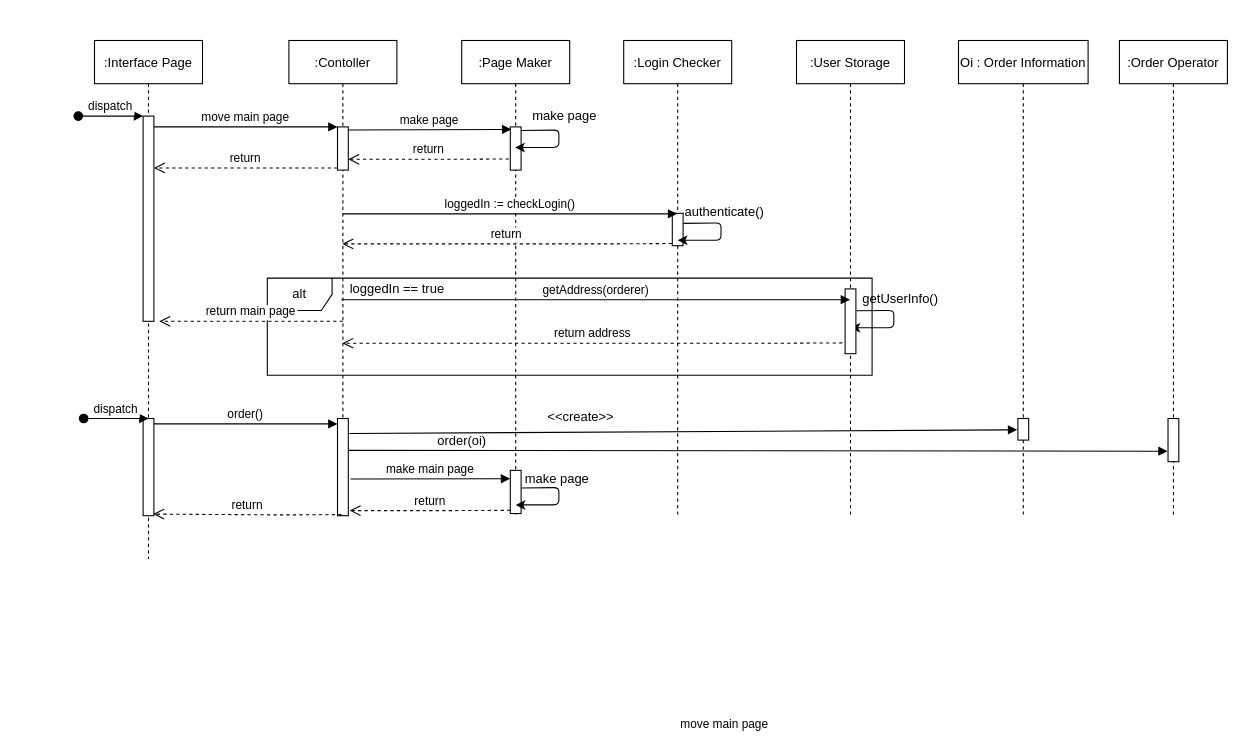
Before: docs/SubgroupA_pizzaorder/A-sequence-diagram/A-UC-5-sequece-diagram.drawio in cau-sw-engineering-2021/online-pizza-ordering-system, a draw.io diagram. Source tidied: cells renumbered, new cells numbered last; positions are measured from the earlier drawing's top-left corner, leaving out a move shared by most shapes. Both pictures are drawn from the tidied source at 108%, with x=0, y=0 at pixel (78, 40).
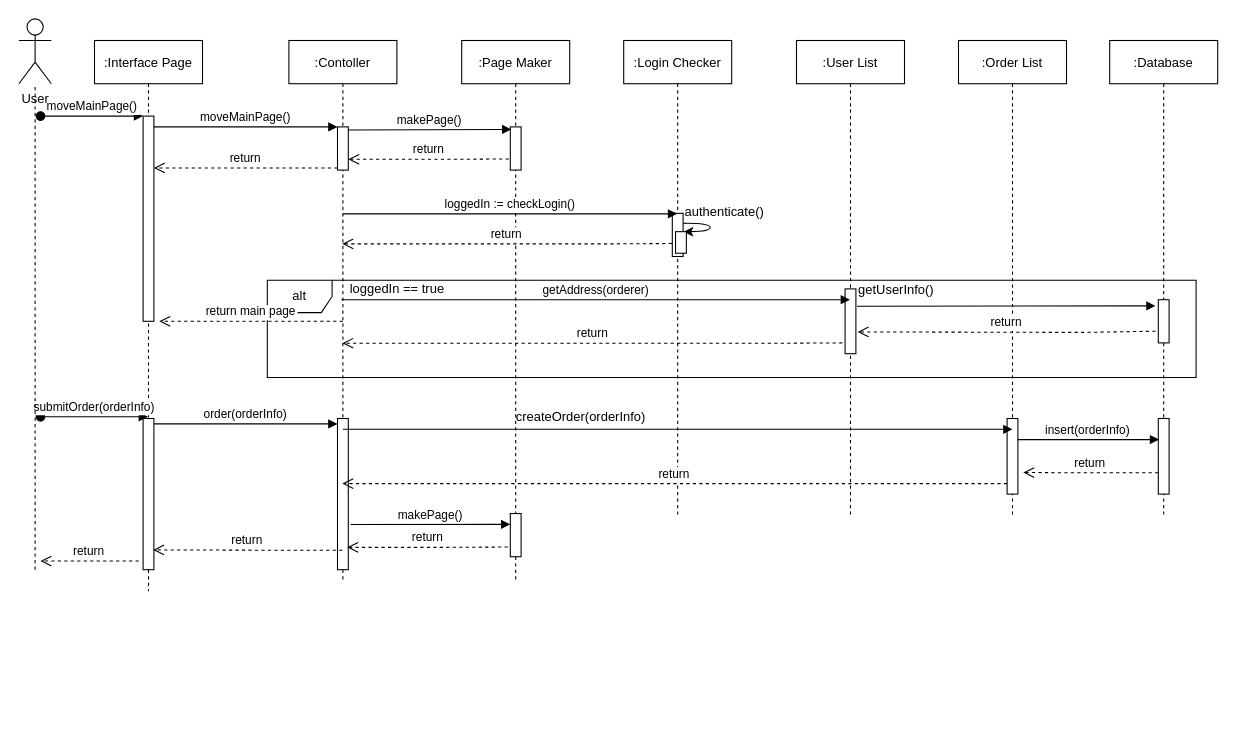
Above is the later version.

Commit message:
update A-UC5-sequence diagram

The change refers to these unchanged cells:
```xml
<mxCell id="3" style="points=[];perimeter=orthogonalPerimeter;rounded=0;shadow=0;strokeWidth=1;" parent="2" vertex="1">
  <mxGeometry x="45" y="70" width="10" height="190" as="geometry" />
</mxCell>
<mxCell id="7" style="points=[];perimeter=orthogonalPerimeter;rounded=0;shadow=0;strokeWidth=1;" parent="6" vertex="1">
  <mxGeometry x="45" y="80" width="10" height="40" as="geometry" />
</mxCell>
<mxCell id="12" style="points=[];perimeter=orthogonalPerimeter;rounded=0;shadow=0;strokeWidth=1;" parent="11" vertex="1">
  <mxGeometry x="45" y="80" width="10" height="40" as="geometry" />
</mxCell>
<mxCell id="17" value=":Login Checker" style="shape=umlLifeline;perimeter=lifelinePerimeter;rounded=0;shadow=0;strokeWidth=1;" parent="1" vertex="1">
  <mxGeometry x="505" width="100" height="440" as="geometry" />
</mxCell>
<mxCell id="24" style="points=[];perimeter=orthogonalPerimeter;rounded=0;shadow=0;strokeWidth=1;" parent="23" vertex="1">
  <mxGeometry x="45" y="230" width="10" height="60" as="geometry" />
</mxCell>
```

What changed in the source:
```diff
@@
     <mxCell id="2" value=":Interface Page" style="shape=umlLifeline;perimeter=lifelinePerimeter;rounded=0;shadow=0;strokeWidth=1;" parent="1" vertex="1">
-      <mxGeometry x="15" width="100" height="480" as="geometry" />
+      <mxGeometry x="15" width="100" height="510" as="geometry" />
     </mxCell>
@@
-    <mxCell id="4" value="dispatch" style="verticalAlign=bottom;startArrow=oval;endArrow=block;startSize=8;shadow=0;strokeWidth=1;" parent="2" edge="1" target="3">
+    <mxCell id="4" value="moveMainPage()" style="verticalAlign=bottom;startArrow=oval;endArrow=block;startSize=8;shadow=0;strokeWidth=1;" parent="2" edge="1" target="3">
       <mxGeometry relative="1" as="geometry">
-        <mxPoint x="-15" y="70" as="sourcePoint" />
+        <mxPoint x="-50" y="70" as="sourcePoint" />
       </mxGeometry>
     </mxCell>
     <mxCell id="5" style="points=[];perimeter=orthogonalPerimeter;rounded=0;shadow=0;strokeWidth=1;" parent="2" vertex="1">
-      <mxGeometry x="45" y="350" width="10" height="90" as="geometry" />
+      <mxGeometry x="45" y="350" width="10" height="140" as="geometry" />
     </mxCell>
     <mxCell id="6" value=":Contoller" style="shape=umlLifeline;perimeter=lifelinePerimeter;rounded=0;shadow=0;strokeWidth=1;" parent="1" vertex="1">
-      <mxGeometry x="195" width="100" height="440" as="geometry" />
+      <mxGeometry x="195" width="100" height="500" as="geometry" />
     </mxCell>
@@
     <mxCell id="8" style="points=[];perimeter=orthogonalPerimeter;rounded=0;shadow=0;strokeWidth=1;" parent="6" vertex="1">
-      <mxGeometry x="45" y="350" width="10" height="90" as="geometry" />
+      <mxGeometry x="45" y="350" width="10" height="140" as="geometry" />
     </mxCell>
@@
-    <mxCell id="10" value="move main page" style="verticalAlign=bottom;endArrow=block;entryX=0;entryY=0;shadow=0;strokeWidth=1;" parent="1" edge="1" source="3" target="7">
+    <mxCell id="10" value="moveMainPage()" style="verticalAlign=bottom;endArrow=block;entryX=0;entryY=0;shadow=0;strokeWidth=1;" parent="1" edge="1" source="3" target="7">
       <mxGeometry relative="1" as="geometry" />
     </mxCell>
     <mxCell id="11" value=":Page Maker" style="shape=umlLifeline;perimeter=lifelinePerimeter;rounded=0;shadow=0;strokeWidth=1;" parent="1" vertex="1">
-      <mxGeometry x="355" width="100" height="440" as="geometry" />
+      <mxGeometry x="355" width="100" height="500" as="geometry" />
     </mxCell>
@@
-    <mxCell id="13" style="curved=1;endArrow=classic;html=1;exitX=1.033;exitY=0.083;exitDx=0;exitDy=0;exitPerimeter=0;" parent="11" edge="1" source="12" target="11">
-      <mxGeometry relative="1" as="geometry">
-        <Array as="points">
-          <mxPoint x="80" y="83" />
-          <mxPoint x="90" y="83" />
-          <mxPoint x="90" y="90" />
-          <mxPoint x="90" y="99" />
-          <mxPoint x="80" y="99" />
-          <mxPoint x="70" y="99" />
-        </Array>
-      </mxGeometry>
-    </mxCell>
+    <mxCell id="38" style="perimeter=orthogonalPerimeter;rounded=0;shadow=0;strokeWidth=1;" parent="11" vertex="1">
+      <mxGeometry x="45" y="438" width="10" height="40" as="geometry" />
+    </mxCell>
-    <mxCell id="14" value="make page" style="verticalAlign=bottom;endArrow=block;entryX=0.1;entryY=0.058;shadow=0;strokeWidth=1;exitX=1.029;exitY=0.071;exitDx=0;exitDy=0;exitPerimeter=0;entryDx=0;entryDy=0;entryPerimeter=0;" parent="1" edge="1" source="7" target="12">
+    <mxCell id="14" value="makePage()" style="verticalAlign=bottom;endArrow=block;entryX=0.1;entryY=0.058;shadow=0;strokeWidth=1;exitX=1.029;exitY=0.071;exitDx=0;exitDy=0;exitPerimeter=0;entryDx=0;entryDy=0;entryPerimeter=0;" parent="1" edge="1" source="7" target="12">
       <mxGeometry relative="1" as="geometry" />
     </mxCell>
-    <mxCell id="15" value="make page" style="text;html=1;align=center;verticalAlign=middle;strokeColor=none;" parent="1" vertex="1">
-      <mxGeometry x="415" y="60" width="70" height="20" as="geometry" />
-    </mxCell>
@@
     <mxCell id="18" style="perimeter=orthogonalPerimeter;rounded=0;shadow=0;strokeWidth=1;" parent="17" vertex="1">
-      <mxGeometry x="45" y="160" width="10" height="30" as="geometry" />
+      <mxGeometry x="45" y="160" width="10" height="40" as="geometry" />
     </mxCell>
@@
-    <mxCell id="20" style="curved=1;endArrow=classic;html=1;exitX=1.033;exitY=0.083;exitDx=0;exitDy=0;exitPerimeter=0;" parent="1" edge="1">
-      <mxGeometry relative="1" as="geometry">
-        <mxPoint x="720.4" y="250.3" as="sourcePoint" />
-        <mxPoint x="715" y="266" as="targetPoint" />
-        <Array as="points">
-          <mxPoint x="745.1" y="250" />
-          <mxPoint x="755.1" y="250" />
-          <mxPoint x="755.1" y="257" />
-          <mxPoint x="755.1" y="266" />
-          <mxPoint x="745.1" y="266" />
-          <mxPoint x="735.1" y="266" />
-        </Array>
-      </mxGeometry>
-    </mxCell>
@@
-    <mxCell id="23" value=":User Storage" style="shape=umlLifeline;perimeter=lifelinePerimeter;rounded=0;shadow=0;strokeWidth=1;" parent="1" vertex="1">
+    <mxCell id="23" value=":User List" style="shape=umlLifeline;perimeter=lifelinePerimeter;rounded=0;shadow=0;strokeWidth=1;" parent="1" vertex="1">
       <mxGeometry x="665" width="100" height="440" as="geometry" />
     </mxCell>
@@
     <mxCell id="25" value="alt" style="shape=umlFrame;whiteSpace=wrap;html=1;" parent="1" vertex="1">
-      <mxGeometry x="175" y="220" width="560" height="90" as="geometry" />
+      <mxGeometry x="175" y="222" width="860" height="90" as="geometry" />
     </mxCell>
@@
-    <mxCell id="27" value="return address" style="verticalAlign=bottom;endArrow=open;dashed=1;endSize=8;shadow=0;strokeWidth=1;exitX=-0.133;exitY=0.742;exitDx=0;exitDy=0;exitPerimeter=0;" parent="1" edge="1" target="6">
+    <mxCell id="27" value="return" style="verticalAlign=bottom;endArrow=open;dashed=1;endSize=8;shadow=0;strokeWidth=1;exitX=-0.133;exitY=0.742;exitDx=0;exitDy=0;exitPerimeter=0;" parent="1" edge="1" target="6">
       <mxGeometry relative="1" as="geometry">
         <mxPoint x="707.4" y="280" as="sourcePoint" />
         <Array as="points">
           <mxPoint x="653.8" y="280.3" />
         </Array>
       </mxGeometry>
     </mxCell>
-    <mxCell id="28" style="curved=1;endArrow=classic;html=1;exitX=1.033;exitY=0.083;exitDx=0;exitDy=0;exitPerimeter=0;" parent="1" edge="1">
+    <mxCell id="28" style="curved=1;endArrow=classic;html=1;exitX=1.033;exitY=0.083;exitDx=0;exitDy=0;exitPerimeter=0;entryX=0.75;entryY=0;entryDx=0;entryDy=0;" parent="1" edge="1" target="50">
       <mxGeometry relative="1" as="geometry">
         <mxPoint x="560.4" y="169.3" as="sourcePoint" />
-        <mxPoint x="555" y="185" as="targetPoint" />
         <Array as="points">
           <mxPoint x="585.1" y="169" />
-          <mxPoint x="595.1" y="169" />
-          <mxPoint x="595.1" y="176" />
-          <mxPoint x="595.1" y="185" />
-          <mxPoint x="585.1" y="185" />
-          <mxPoint x="575.1" y="185" />
+          <mxPoint x="585" y="177" />
         </Array>
       </mxGeometry>
     </mxCell>
     <mxCell id="29" value="getUserInfo()" style="text;html=1;align=center;verticalAlign=middle;strokeColor=none;" parent="1" vertex="1">
-      <mxGeometry x="716" y="230" width="90" height="20" as="geometry" />
+      <mxGeometry x="712" y="221" width="90" height="20" as="geometry" />
     </mxCell>
@@
-    <mxCell id="32" value="dispatch" style="verticalAlign=bottom;startArrow=oval;endArrow=block;startSize=8;shadow=0;strokeWidth=1;" parent="1" edge="1">
+    <mxCell id="32" value="submitOrder(orderInfo)" style="verticalAlign=bottom;startArrow=oval;endArrow=block;startSize=8;shadow=0;strokeWidth=1;" parent="1" edge="1" target="2">
       <mxGeometry relative="1" as="geometry">
-        <mxPoint x="5" y="350" as="sourcePoint" />
-        <mxPoint x="65" y="350" as="targetPoint" />
+        <mxPoint x="-35" y="348.4" as="sourcePoint" />
       </mxGeometry>
     </mxCell>
-    <mxCell id="33" value="move main page" style="verticalAlign=bottom;endArrow=block;entryX=-0.067;entryY=0.524;shadow=0;strokeWidth=1;entryDx=0;entryDy=0;entryPerimeter=0;exitX=1.1;exitY=0.154;exitDx=0;exitDy=0;exitPerimeter=0;" parent="1" edge="1" source="8" target="35">
-      <mxGeometry x="0.12" y="-280" relative="1" as="geometry" />
-    </mxCell>
-    <mxCell id="34" value="Oi : Order Information" style="shape=umlLifeline;perimeter=lifelinePerimeter;rounded=0;shadow=0;strokeWidth=1;" parent="1" vertex="1">
-      <mxGeometry x="815" width="120" height="440" as="geometry" />
+    <mxCell id="34" value=":Order List" style="shape=umlLifeline;perimeter=lifelinePerimeter;rounded=0;shadow=0;strokeWidth=1;" parent="1" vertex="1">
+      <mxGeometry x="815" width="100" height="440" as="geometry" />
     </mxCell>
     <mxCell id="35" style="points=[];perimeter=orthogonalPerimeter;rounded=0;shadow=0;strokeWidth=1;" parent="34" vertex="1">
-      <mxGeometry x="55" y="350" width="10" height="20" as="geometry" />
+      <mxGeometry x="45" y="350" width="10" height="70" as="geometry" />
     </mxCell>
-    <mxCell id="36" value="&amp;lt;&amp;lt;create&amp;gt;&amp;gt;" style="text;html=1;align=center;verticalAlign=middle;strokeColor=none;" parent="1" vertex="1">
-      <mxGeometry x="425" y="339" width="80" height="20" as="geometry" />
+    <mxCell id="36" value="createOrder(orderInfo)" style="text;html=1;align=center;verticalAlign=middle;strokeColor=none;" parent="1" vertex="1">
+      <mxGeometry x="395" y="339" width="140" height="20" as="geometry" />
     </mxCell>
-    <mxCell id="37" value="order()" style="verticalAlign=bottom;endArrow=block;entryX=0;entryY=0;shadow=0;strokeWidth=1;" parent="1" edge="1">
+    <mxCell id="37" value="order(orderInfo)" style="verticalAlign=bottom;endArrow=block;entryX=0;entryY=0;shadow=0;strokeWidth=1;" parent="1" edge="1">
       <mxGeometry relative="1" as="geometry">
         <mxPoint x="70" y="355" as="sourcePoint" />
         <mxPoint x="240" y="355" as="targetPoint" />
       </mxGeometry>
     </mxCell>
-    <mxCell id="38" style="perimeter=orthogonalPerimeter;rounded=0;shadow=0;strokeWidth=1;" parent="1" vertex="1">
-      <mxGeometry x="400" y="398" width="10" height="40" as="geometry" />
-    </mxCell>
-    <mxCell id="39" value="make main page" style="verticalAlign=bottom;endArrow=block;entryX=-0.019;entryY=0.095;shadow=0;strokeWidth=1;entryDx=0;entryDy=0;entryPerimeter=0;" parent="1" edge="1">
+    <mxCell id="39" value="makePage()" style="verticalAlign=bottom;endArrow=block;entryX=-0.019;entryY=0.095;shadow=0;strokeWidth=1;entryDx=0;entryDy=0;entryPerimeter=0;" parent="1" edge="1">
       <mxGeometry relative="1" as="geometry">
-        <mxPoint x="252" y="406" as="sourcePoint" />
-        <mxPoint x="399.8" y="405.8" as="targetPoint" />
+        <mxPoint x="252.2" y="448.2" as="sourcePoint" />
+        <mxPoint x="400" y="448" as="targetPoint" />
       </mxGeometry>
     </mxCell>
-    <mxCell id="40" style="curved=1;endArrow=classic;html=1;exitX=1.033;exitY=0.083;exitDx=0;exitDy=0;exitPerimeter=0;" parent="1" edge="1">
-      <mxGeometry relative="1" as="geometry">
-        <mxPoint x="410.3" y="414.3" as="sourcePoint" />
-        <mxPoint x="405" y="430" as="targetPoint" />
-        <Array as="points">
-          <mxPoint x="435" y="414" />
-          <mxPoint x="445" y="414" />
-          <mxPoint x="445" y="421" />
-          <mxPoint x="445" y="430" />
-          <mxPoint x="435" y="430" />
-          <mxPoint x="425" y="430" />
-        </Array>
-      </mxGeometry>
-    </mxCell>
-    <mxCell id="41" value="make page" style="text;html=1;align=center;verticalAlign=middle;strokeColor=none;" parent="1" vertex="1">
-      <mxGeometry x="408" y="396" width="70" height="20" as="geometry" />
-    </mxCell>
     <mxCell id="42" value="return" style="verticalAlign=bottom;endArrow=open;dashed=1;endSize=8;shadow=0;strokeWidth=1;exitX=-0.133;exitY=0.742;exitDx=0;exitDy=0;exitPerimeter=0;" parent="1" edge="1">
       <mxGeometry relative="1" as="geometry">
-        <mxPoint x="400" y="435" as="sourcePoint" />
-        <mxPoint x="251.3" y="435.3" as="targetPoint" />
+        <mxPoint x="397.7" y="469" as="sourcePoint" />
+        <mxPoint x="249" y="469.3" as="targetPoint" />
         <Array as="points">
-          <mxPoint x="346.3" y="435.3" />
+          <mxPoint x="344" y="469.3" />
         </Array>
       </mxGeometry>
     </mxCell>
-    <mxCell id="43" value="return" style="verticalAlign=bottom;endArrow=open;dashed=1;endSize=8;shadow=0;strokeWidth=1;exitX=-0.133;exitY=0.742;exitDx=0;exitDy=0;exitPerimeter=0;entryX=0.933;entryY=0.869;entryDx=0;entryDy=0;entryPerimeter=0;" parent="1" edge="1">
+    <mxCell id="43" value="return" style="verticalAlign=bottom;endArrow=open;dashed=1;endSize=8;shadow=0;strokeWidth=1;entryX=0.933;entryY=0.869;entryDx=0;entryDy=0;entryPerimeter=0;" parent="1" edge="1" source="6" target="5">
       <mxGeometry relative="1" as="geometry">
-        <mxPoint x="243.7" y="439" as="sourcePoint" />
-        <mxPoint x="69.3" y="438.5" as="targetPoint" />
         <Array as="points">
-          <mxPoint x="190" y="439.3" />
+          <mxPoint x="190" y="472" />
         </Array>
       </mxGeometry>
     </mxCell>
-    <mxCell id="44" value=":Order Operator" style="shape=umlLifeline;perimeter=lifelinePerimeter;rounded=0;shadow=0;strokeWidth=1;" parent="1" vertex="1">
-      <mxGeometry x="964" width="100" height="440" as="geometry" />
-    </mxCell>
-    <mxCell id="45" style="perimeter=orthogonalPerimeter;rounded=0;shadow=0;strokeWidth=1;" parent="44" vertex="1">
-      <mxGeometry x="45" y="350" width="10" height="40" as="geometry" />
-    </mxCell>
-    <mxCell id="46" style="verticalAlign=bottom;endArrow=block;entryX=-0.042;entryY=0.477;shadow=0;strokeWidth=1;entryDx=0;entryDy=0;entryPerimeter=0;exitX=1.023;exitY=0.328;exitDx=0;exitDy=0;exitPerimeter=0;" parent="1" edge="1" source="8">
-      <mxGeometry x="1" y="576" relative="1" as="geometry">
-        <mxPoint x="1008.6" y="380.3" as="targetPoint" />
-        <mxPoint x="576" y="548" as="offset" />
-      </mxGeometry>
-    </mxCell>
-    <mxCell id="47" value="order(oi)" style="text;html=1;align=center;verticalAlign=middle;strokeColor=none;" parent="1" vertex="1">
-      <mxGeometry x="325" y="361" width="60" height="20" as="geometry" />
-    </mxCell>
+    <mxCell id="48" value="User" style="shape=umlActor;verticalLabelPosition=bottom;verticalAlign=top;html=1;outlineConnect=0;" parent="1" vertex="1">
+      <mxGeometry x="-55" y="-20" width="30" height="60" as="geometry" />
+    </mxCell>
+    <mxCell id="49" style="endArrow=none;dashed=1;html=1;" parent="1" edge="1" target="48">
+      <mxGeometry relative="1" as="geometry">
+        <mxPoint x="-40" y="490" as="sourcePoint" />
+      </mxGeometry>
+    </mxCell>
+    <mxCell id="50" style="rounded=0;whiteSpace=wrap;html=1;" parent="1" vertex="1">
+      <mxGeometry x="553" y="177" width="10" height="20" as="geometry" />
+    </mxCell>
+    <mxCell id="51" value=":Database" style="shape=umlLifeline;perimeter=lifelinePerimeter;rounded=0;shadow=0;strokeWidth=1;" parent="1" vertex="1">
+      <mxGeometry x="955" width="100" height="440" as="geometry" />
+    </mxCell>
+    <mxCell id="52" style="points=[];perimeter=orthogonalPerimeter;rounded=0;shadow=0;strokeWidth=1;" parent="51" vertex="1">
+      <mxGeometry x="45" y="350" width="10" height="70" as="geometry" />
+    </mxCell>
+    <mxCell id="53" style="points=[];perimeter=orthogonalPerimeter;rounded=0;shadow=0;strokeWidth=1;" parent="51" vertex="1">
+      <mxGeometry x="45" y="240" width="10" height="40" as="geometry" />
+    </mxCell>
+    <mxCell id="54" value="insert(orderInfo)" style="verticalAlign=bottom;endArrow=block;shadow=0;strokeWidth=1;exitX=0.981;exitY=0.279;exitDx=0;exitDy=0;exitPerimeter=0;entryX=0.076;entryY=0.279;entryDx=0;entryDy=0;entryPerimeter=0;" parent="1" edge="1" source="35" target="52">
+      <mxGeometry relative="1" as="geometry" />
+    </mxCell>
+    <mxCell id="55" value="return" style="verticalAlign=bottom;endArrow=open;dashed=1;endSize=8;shadow=0;strokeWidth=1;" parent="1" edge="1" source="52">
+      <mxGeometry relative="1" as="geometry">
+        <mxPoint x="875" y="400" as="targetPoint" />
+        <Array as="points">
+          <mxPoint x="930" y="400.3" />
+        </Array>
+      </mxGeometry>
+    </mxCell>
+    <mxCell id="56" value="return" style="verticalAlign=bottom;endArrow=open;dashed=1;endSize=8;shadow=0;strokeWidth=1;" parent="1" edge="1" target="6">
+      <mxGeometry relative="1" as="geometry">
+        <mxPoint x="860" y="410.3" as="sourcePoint" />
+        <Array as="points">
+          <mxPoint x="790" y="410.3" />
+        </Array>
+      </mxGeometry>
+    </mxCell>
+    <mxCell id="57" value="return" style="verticalAlign=bottom;endArrow=open;dashed=1;endSize=8;shadow=0;strokeWidth=1;" parent="1" edge="1">
+      <mxGeometry relative="1" as="geometry">
+        <mxPoint x="56" y="482" as="sourcePoint" />
+        <mxPoint x="-35" y="482" as="targetPoint" />
+        <Array as="points">
+          <mxPoint x="55.7" y="482" />
+        </Array>
+      </mxGeometry>
+    </mxCell>
+    <mxCell id="58" style="verticalAlign=bottom;endArrow=block;shadow=0;strokeWidth=1;" parent="1" edge="1">
+      <mxGeometry relative="1" as="geometry">
+        <mxPoint x="244.9" y="360" as="sourcePoint" />
+        <mxPoint x="865" y="360" as="targetPoint" />
+      </mxGeometry>
+    </mxCell>
+    <mxCell id="59" style="verticalAlign=bottom;endArrow=block;shadow=0;strokeWidth=1;entryX=-0.252;entryY=0.143;entryDx=0;entryDy=0;entryPerimeter=0;" parent="1" edge="1" target="53">
+      <mxGeometry relative="1" as="geometry">
+        <mxPoint x="721" y="246" as="sourcePoint" />
+      </mxGeometry>
+    </mxCell>
+    <mxCell id="60" value="return" style="verticalAlign=bottom;endArrow=open;dashed=1;endSize=8;shadow=0;strokeWidth=1;entryX=1.162;entryY=0.664;entryDx=0;entryDy=0;entryPerimeter=0;exitX=-0.252;exitY=0.729;exitDx=0;exitDy=0;exitPerimeter=0;" parent="1" edge="1" source="53" target="24">
+      <mxGeometry relative="1" as="geometry">
+        <Array as="points">
+          <mxPoint x="930" y="270.3" />
+        </Array>
+      </mxGeometry>
+    </mxCell>
```
